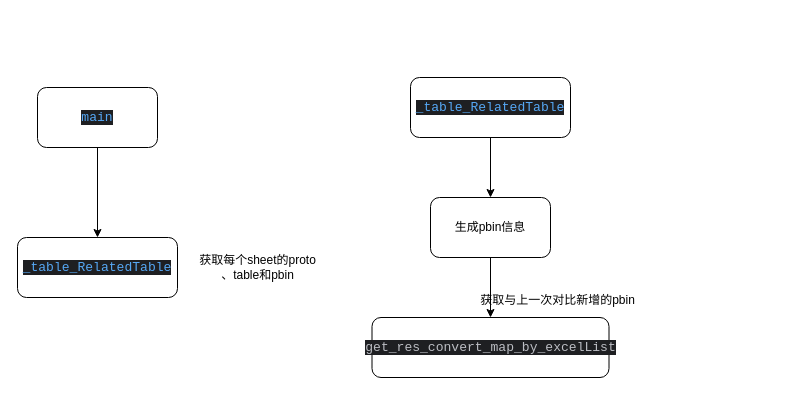
Above: 导表工具.drawio in ling-shixi/meta (draw.io), before the change. Source tidied: cells renumbered, new cells numbered last; positions are measured from the earlier drawing's top-left corner, leaving out a move shared by most shapes. Both pictures are drawn from the tidied source at 100%, with x=0, y=0 at pixel (17, 77).
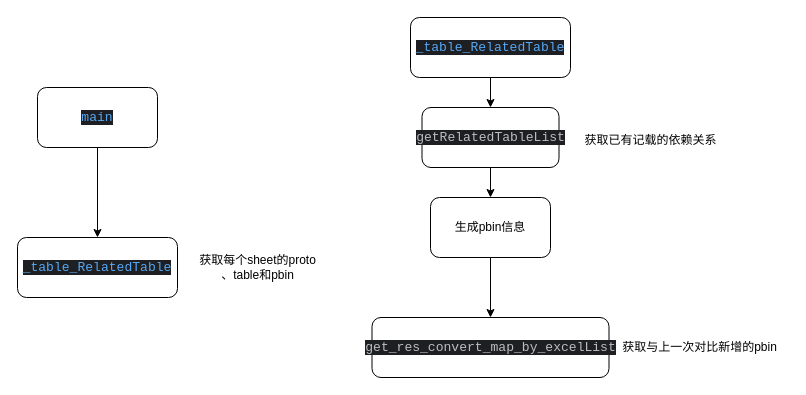
The same diagram, later.

Commit message:
更新导表工具.drawio

The edit, as a diff of the source:
```diff
@@
 <mxGraphModel>
   <root>
     <mxCell id="0" />
     <mxCell id="1" parent="0" />
     <mxCell id="2" style="edgeStyle=orthogonalEdgeStyle;rounded=0;jettySize=auto;html=1;entryX=0.5;entryY=0;entryDx=0;entryDy=0;" parent="1" edge="1" source="3" target="4">
       <mxGeometry relative="1" as="geometry" />
     </mxCell>
     <mxCell id="3" value="&lt;div style=&quot;background-color:#1e1f22;color:#bcbec4&quot;&gt;&lt;pre style=&quot;font-family:'JetBrains Mono',monospace;font-size:9.8pt;&quot;&gt;&lt;span style=&quot;color:#56a8f5;&quot;&gt;main&lt;/span&gt;&lt;/pre&gt;&lt;/div&gt;" style="rounded=1;whiteSpace=wrap;html=1;" parent="1" vertex="1">
       <mxGeometry x="20" y="10" width="120" height="60" as="geometry" />
     </mxCell>
     <mxCell id="4" value="&lt;div style=&quot;background-color:#1e1f22;color:#bcbec4&quot;&gt;&lt;pre style=&quot;font-family:'JetBrains Mono',monospace;font-size:9.8pt;&quot;&gt;&lt;span style=&quot;color:#56a8f5;&quot;&gt;_table_RelatedTable&lt;/span&gt;&lt;/pre&gt;&lt;/div&gt;" style="rounded=1;whiteSpace=wrap;html=1;" parent="1" vertex="1">
       <mxGeometry y="160" width="160" height="60" as="geometry" />
     </mxCell>
     <mxCell id="5" value="获取每个sheet的proto&lt;div&gt;、table和pbin&lt;/div&gt;" style="text;html=1;align=center;verticalAlign=middle;strokeColor=none;fillColor=none;" parent="1" vertex="1">
       <mxGeometry x="170" y="170" width="140" height="40" as="geometry" />
     </mxCell>
-    <mxCell id="6" style="edgeStyle=orthogonalEdgeStyle;rounded=0;jettySize=auto;html=1;entryX=0.5;entryY=0;entryDx=0;entryDy=0;" parent="1" edge="1" source="7" target="9">
+    <mxCell id="6" style="edgeStyle=orthogonalEdgeStyle;rounded=0;jettySize=auto;html=1;entryX=0.5;entryY=0;entryDx=0;entryDy=0;" parent="1" edge="1" source="7" target="13">
       <mxGeometry relative="1" as="geometry" />
     </mxCell>
     <mxCell id="7" value="&lt;div style=&quot;background-color:#1e1f22;color:#bcbec4&quot;&gt;&lt;pre style=&quot;font-family:'JetBrains Mono',monospace;font-size:9.8pt;&quot;&gt;&lt;span style=&quot;color:#56a8f5;&quot;&gt;_table_RelatedTable&lt;/span&gt;&lt;/pre&gt;&lt;/div&gt;" style="rounded=1;whiteSpace=wrap;html=1;" parent="1" vertex="1">
-      <mxGeometry x="393" width="160" height="60" as="geometry" />
+      <mxGeometry x="393" y="-60" width="160" height="60" as="geometry" />
     </mxCell>
     <mxCell id="8" style="edgeStyle=orthogonalEdgeStyle;rounded=0;jettySize=auto;html=1;" parent="1" edge="1" source="9" target="10">
       <mxGeometry relative="1" as="geometry" />
     </mxCell>
     <mxCell id="9" value="生成pbin信息" style="rounded=1;whiteSpace=wrap;html=1;" parent="1" vertex="1">
       <mxGeometry x="413" y="120" width="120" height="60" as="geometry" />
     </mxCell>
     <mxCell id="10" value="&lt;div style=&quot;background-color:#1e1f22;color:#bcbec4&quot;&gt;&lt;pre style=&quot;font-family:'JetBrains Mono',monospace;font-size:9.8pt;&quot;&gt;get_res_convert_map_by_excelList&lt;/pre&gt;&lt;/div&gt;" style="rounded=1;whiteSpace=wrap;html=1;" parent="1" vertex="1">
       <mxGeometry x="354.5" y="240" width="237" height="60" as="geometry" />
     </mxCell>
     <mxCell id="11" value="获取与上一次对比新增的pbin" style="text;html=1;align=center;verticalAlign=middle;strokeColor=none;fillColor=none;" parent="1" vertex="1">
-      <mxGeometry x="450" y="208" width="180" height="30" as="geometry" />
+      <mxGeometry x="591.5" y="255" width="180" height="30" as="geometry" />
     </mxCell>
+    <mxCell id="12" style="edgeStyle=orthogonalEdgeStyle;rounded=0;jettySize=auto;html=1;" parent="1" edge="1" source="13" target="9">
+      <mxGeometry relative="1" as="geometry" />
+    </mxCell>
+    <mxCell id="13" value="&lt;div style=&quot;background-color:#1e1f22;color:#bcbec4&quot;&gt;&lt;pre style=&quot;font-family:'JetBrains Mono',monospace;font-size:9.8pt;&quot;&gt;getRelatedTableList&lt;/pre&gt;&lt;/div&gt;" style="rounded=1;whiteSpace=wrap;html=1;" parent="1" vertex="1">
+      <mxGeometry x="404.5" y="30" width="137" height="60" as="geometry" />
+    </mxCell>
+    <mxCell id="14" value="获取已有记载的依赖关系" style="text;html=1;align=center;verticalAlign=middle;strokeColor=none;fillColor=none;" parent="1" vertex="1">
+      <mxGeometry x="553" y="48" width="160" height="30" as="geometry" />
+    </mxCell>
   </root>
 </mxGraphModel>
```
